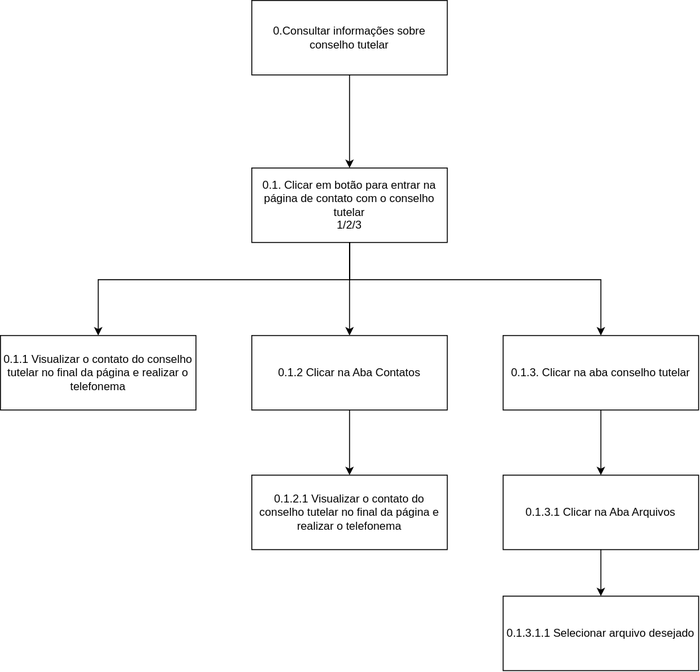
The draw.io diagram docs/images/analiseTarefas/HTA.svg in Interacao-Humano-Computador/2021.1-Prefeitura-de-Concordia, before a commit. Source tidied: cells renumbered, new cells last; positions are measured from the earlier drawing's top-left corner, leaving out a move shared by most shapes.
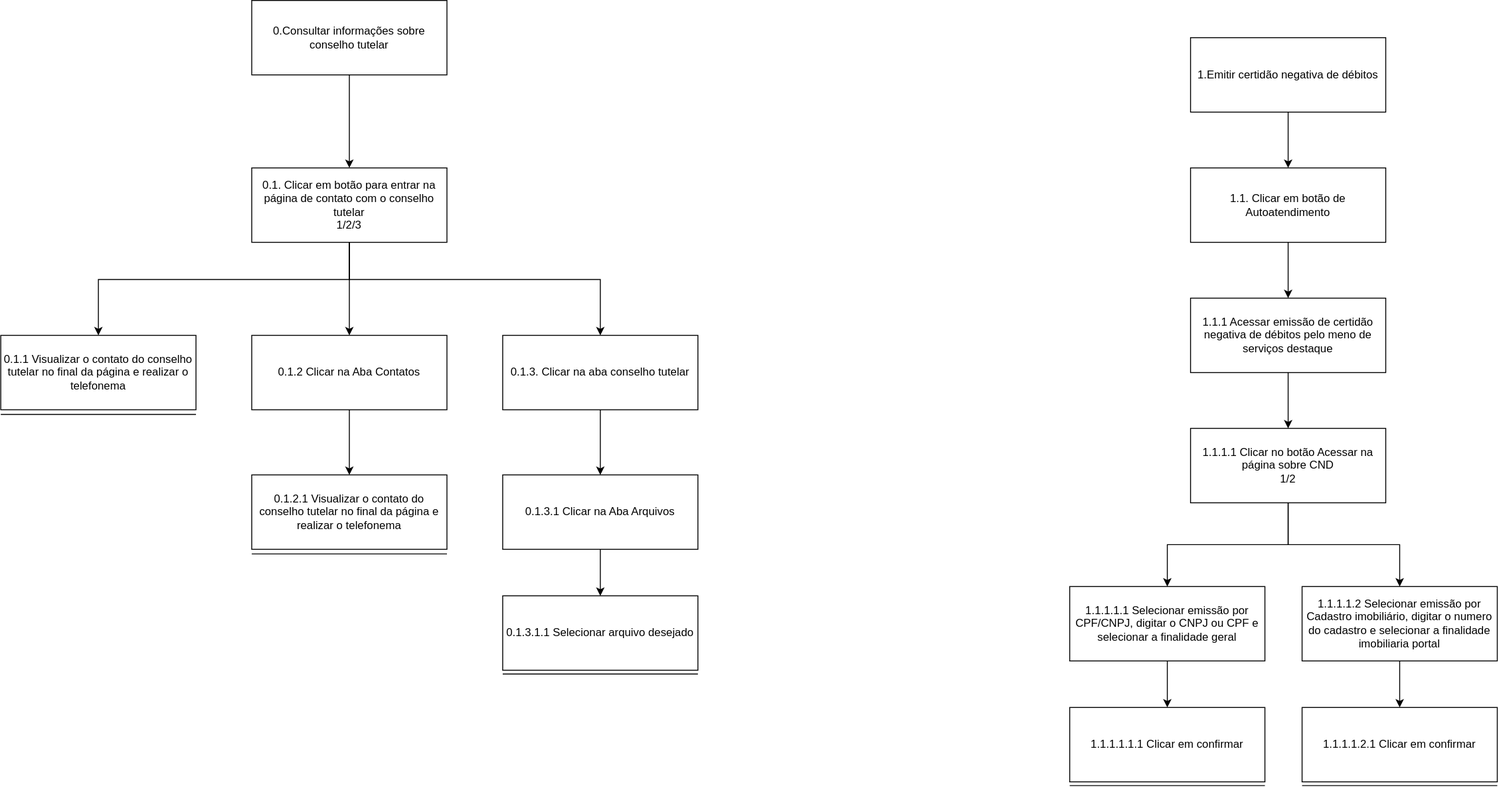
After the change.

The edit, as a diff of the source:
```diff
@@ -57,5 +57,80 @@
     <mxCell id="16" value="0.1.3.1.1 Selecionar arquivo desejado" style="rounded=0;whiteSpace=wrap;html=1;" parent="1" vertex="1">
       <mxGeometry x="540" y="640" width="210" height="80" as="geometry" />
     </mxCell>
+    <mxCell id="17" style="edgeStyle=orthogonalEdgeStyle;rounded=0;jettySize=auto;html=1;" parent="1" edge="1" source="18" target="20">
+      <mxGeometry relative="1" as="geometry" />
+    </mxCell>
+    <mxCell id="18" value="1.Emitir certidão negativa de débitos" style="rounded=0;whiteSpace=wrap;html=1;" parent="1" vertex="1">
+      <mxGeometry x="1280" y="40" width="210" height="80" as="geometry" />
+    </mxCell>
+    <mxCell id="19" style="edgeStyle=orthogonalEdgeStyle;rounded=0;jettySize=auto;html=1;entryX=0.5;entryY=0;entryDx=0;entryDy=0;" parent="1" edge="1" source="20" target="22">
+      <mxGeometry relative="1" as="geometry" />
+    </mxCell>
+    <mxCell id="20" value="1.1. Clicar em botão de Autoatendimento&lt;br&gt;" style="rounded=0;whiteSpace=wrap;html=1;" parent="1" vertex="1">
+      <mxGeometry x="1280" y="180" width="210" height="80" as="geometry" />
+    </mxCell>
+    <mxCell id="21" style="edgeStyle=orthogonalEdgeStyle;rounded=0;jettySize=auto;html=1;entryX=0.5;entryY=0;entryDx=0;entryDy=0;" parent="1" edge="1" source="22" target="25">
+      <mxGeometry relative="1" as="geometry" />
+    </mxCell>
+    <mxCell id="22" value="1.1.1 Acessar emissão de certidão negativa de débitos pelo meno de serviços destaque" style="rounded=0;whiteSpace=wrap;html=1;" parent="1" vertex="1">
+      <mxGeometry x="1280" y="320" width="210" height="80" as="geometry" />
+    </mxCell>
+    <mxCell id="23" style="edgeStyle=orthogonalEdgeStyle;rounded=0;jettySize=auto;html=1;" parent="1" edge="1" source="25" target="27">
+      <mxGeometry relative="1" as="geometry" />
+    </mxCell>
+    <mxCell id="24" style="edgeStyle=orthogonalEdgeStyle;rounded=0;jettySize=auto;html=1;" parent="1" edge="1" source="25" target="29">
+      <mxGeometry relative="1" as="geometry" />
+    </mxCell>
+    <mxCell id="25" value="1.1.1.1 Clicar no botão Acessar na página sobre CND&lt;br&gt;1/2" style="rounded=0;whiteSpace=wrap;html=1;" parent="1" vertex="1">
+      <mxGeometry x="1280" y="460" width="210" height="80" as="geometry" />
+    </mxCell>
+    <mxCell id="26" style="edgeStyle=orthogonalEdgeStyle;rounded=0;jettySize=auto;html=1;" parent="1" edge="1" source="27" target="30">
+      <mxGeometry relative="1" as="geometry" />
+    </mxCell>
+    <mxCell id="27" value="1.1.1.1.1 Selecionar emissão por CPF/CNPJ, digitar o CNPJ ou CPF e selecionar a finalidade geral" style="rounded=0;whiteSpace=wrap;html=1;" parent="1" vertex="1">
+      <mxGeometry x="1150" y="630" width="210" height="80" as="geometry" />
+    </mxCell>
+    <mxCell id="28" style="edgeStyle=orthogonalEdgeStyle;rounded=0;jettySize=auto;html=1;" parent="1" edge="1" source="29" target="31">
+      <mxGeometry relative="1" as="geometry" />
+    </mxCell>
+    <mxCell id="29" value="1.1.1.1.2 Selecionar emissão por Cadastro imobiliário, digitar o numero do cadastro e selecionar a finalidade imobiliaria portal" style="rounded=0;whiteSpace=wrap;html=1;" parent="1" vertex="1">
+      <mxGeometry x="1400" y="630" width="210" height="80" as="geometry" />
+    </mxCell>
+    <mxCell id="30" value="1.1.1.1.1.1 Clicar em confirmar" style="rounded=0;whiteSpace=wrap;html=1;" parent="1" vertex="1">
+      <mxGeometry x="1150" y="760" width="210" height="80" as="geometry" />
+    </mxCell>
+    <mxCell id="31" value="1.1.1.1.2.1 Clicar em confirmar" style="rounded=0;whiteSpace=wrap;html=1;" parent="1" vertex="1">
+      <mxGeometry x="1400" y="760" width="210" height="80" as="geometry" />
+    </mxCell>
+    <mxCell id="32" style="endArrow=none;html=1;" parent="1" edge="1">
+      <mxGeometry relative="1" as="geometry">
+        <mxPoint y="445" as="sourcePoint" />
+        <mxPoint x="210" y="445" as="targetPoint" />
+      </mxGeometry>
+    </mxCell>
+    <mxCell id="33" style="endArrow=none;html=1;" parent="1" edge="1">
+      <mxGeometry relative="1" as="geometry">
+        <mxPoint x="270" y="595" as="sourcePoint" />
+        <mxPoint x="480" y="595" as="targetPoint" />
+      </mxGeometry>
+    </mxCell>
+    <mxCell id="34" style="endArrow=none;html=1;" parent="1" edge="1">
+      <mxGeometry relative="1" as="geometry">
+        <mxPoint x="540" y="724" as="sourcePoint" />
+        <mxPoint x="750" y="724" as="targetPoint" />
+      </mxGeometry>
+    </mxCell>
+    <mxCell id="35" style="endArrow=none;html=1;" parent="1" edge="1">
+      <mxGeometry relative="1" as="geometry">
+        <mxPoint x="1150" y="844" as="sourcePoint" />
+        <mxPoint x="1360" y="844" as="targetPoint" />
+      </mxGeometry>
+    </mxCell>
+    <mxCell id="36" style="endArrow=none;html=1;" parent="1" edge="1">
+      <mxGeometry relative="1" as="geometry">
+        <mxPoint x="1400" y="844" as="sourcePoint" />
+        <mxPoint x="1610" y="844" as="targetPoint" />
+      </mxGeometry>
+    </mxCell>
   </root>
 </mxGraphModel>
```
